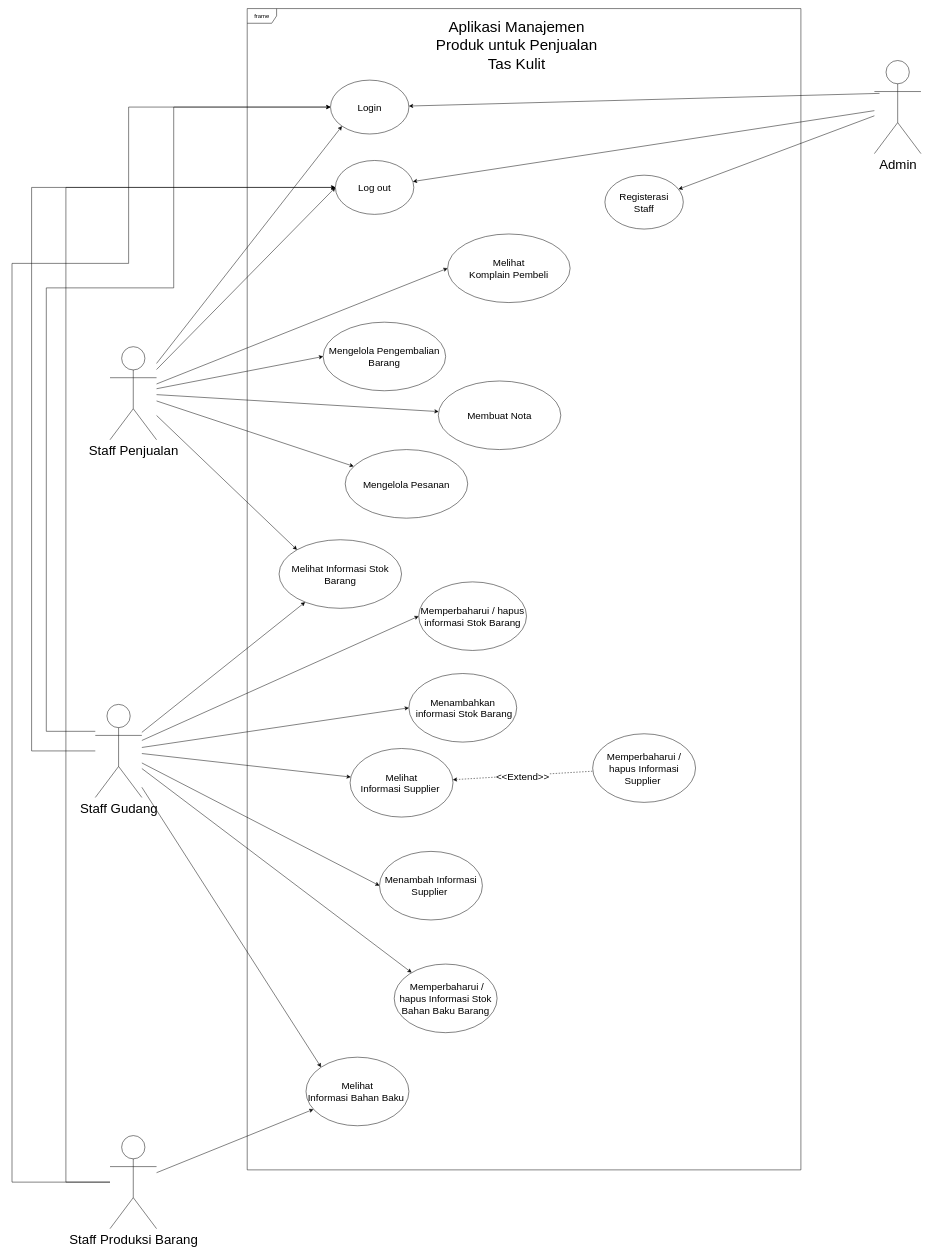
The draw.io diagram Untitled Diagram.drawio in AriqFaridzki/SE-UTS-2023, before the edit. Source tidied: cells renumbered, new cells numbered last; positions are measured from the earlier drawing's top-left corner, leaving out a move shared by most shapes. Both pictures are drawn from the tidied source at 49%, with x=0, y=0 at pixel (12, 8).
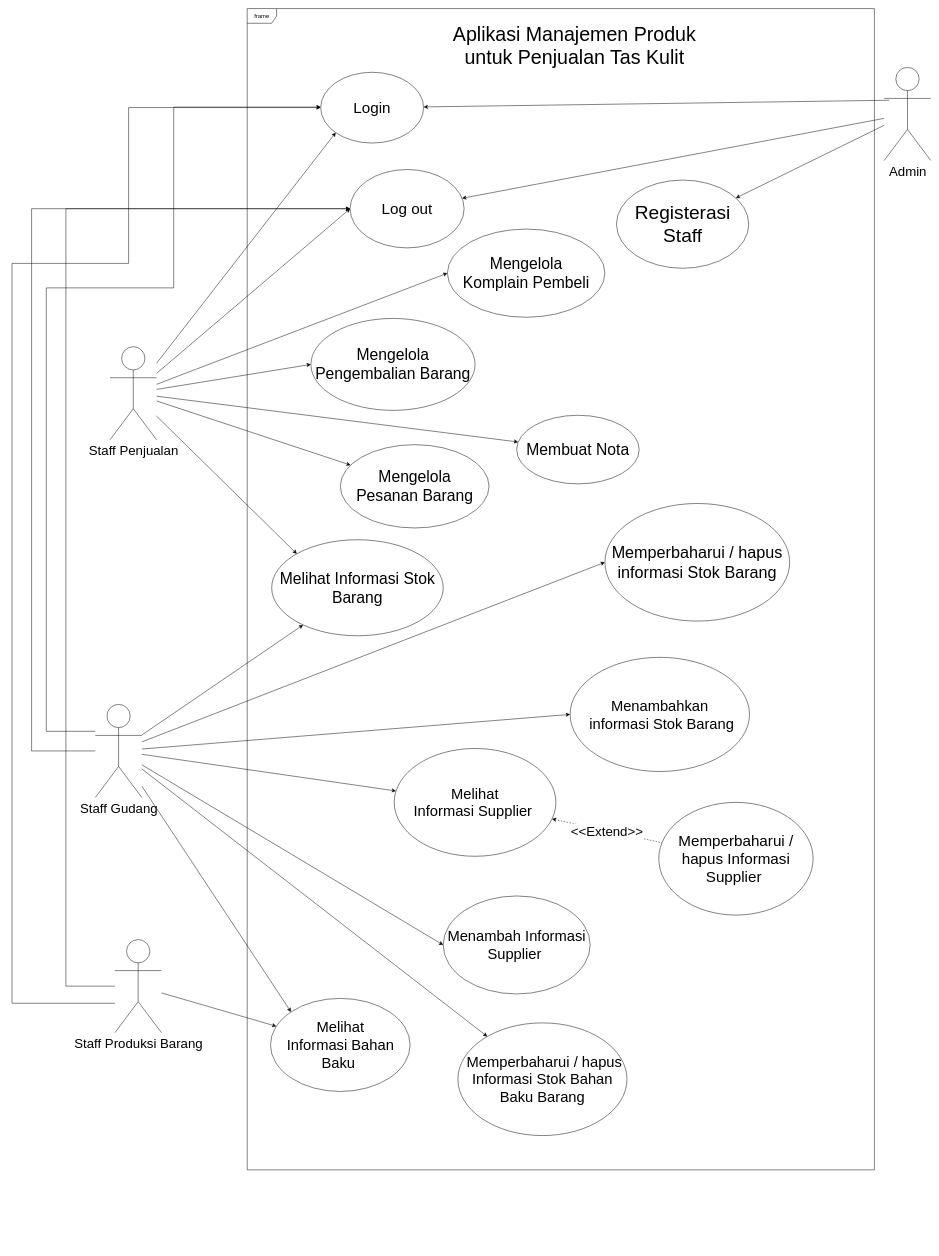
The same page after the edit.

The edit, as a diff of the source:
```diff
@@
     <mxCell id="12" value="frame" style="shape=umlFrame;whiteSpace=wrap;html=1;" parent="1" vertex="1">
-      <mxGeometry x="480" width="1130" height="2370" as="geometry" />
+      <mxGeometry x="480" width="1280" height="2370" as="geometry" />
     </mxCell>
-    <mxCell id="13" value="Login" style="ellipse;whiteSpace=wrap;html=1;fontSize=20;" parent="1" vertex="1">
-      <mxGeometry x="650" y="146" width="160" height="110" as="geometry" />
+    <mxCell id="13" value="&lt;font style=&quot;font-size: 31px;&quot;&gt;Login&lt;/font&gt;" style="ellipse;whiteSpace=wrap;html=1;fontSize=31;" parent="1" vertex="1">
+      <mxGeometry x="630" y="130" width="210" height="144.4" as="geometry" />
     </mxCell>
@@
     <mxCell id="23" style="edgeStyle=orthogonalEdgeStyle;rounded=0;jettySize=auto;html=1;" parent="1" edge="1" source="26" target="13">
       <mxGeometry relative="1" as="geometry">
         <Array as="points">
-          <mxPoint y="2395" />
+          <mxPoint y="2030" />
           <mxPoint y="520" />
           <mxPoint x="238" y="520" />
-          <mxPoint x="238" y="201" />
+          <mxPoint x="238" y="202" />
         </Array>
       </mxGeometry>
     </mxCell>
@@
     <mxCell id="26" value="Staff Produksi Barang" style="shape=umlActor;verticalLabelPosition=bottom;verticalAlign=top;html=1;fontSize=27;" parent="1" vertex="1">
-      <mxGeometry x="200" y="2300" width="95" height="190" as="geometry" />
+      <mxGeometry x="210" y="1900" width="95" height="190" as="geometry" />
     </mxCell>
-    <mxCell id="27" value="Memperbaharui&amp;nbsp;/ hapus informasi Stok Barang" style="ellipse;whiteSpace=wrap;html=1;fontSize=20;" parent="1" vertex="1">
-      <mxGeometry x="830" y="1170" width="220" height="140" as="geometry" />
+    <mxCell id="27" value="&lt;font style=&quot;font-size: 33px;&quot;&gt;Memperbaharui&amp;nbsp;/ hapus informasi Stok Barang&lt;/font&gt;" style="ellipse;whiteSpace=wrap;html=1;fontSize=33;" parent="1" vertex="1">
+      <mxGeometry x="1210" y="1010" width="377.1" height="240" as="geometry" />
     </mxCell>
-    <mxCell id="28" value="Aplikasi Manajemen Produk untuk Penjualan Tas Kulit" style="text;html=1;strokeColor=none;fillColor=none;align=center;verticalAlign=middle;whiteSpace=wrap;rounded=0;fontSize=31;" parent="1" vertex="1">
-      <mxGeometry x="850" y="60" width="360" height="30" as="geometry" />
+    <mxCell id="28" value="Aplikasi Manajemen Produk untuk Penjualan Tas Kulit" style="text;html=1;strokeColor=none;fillColor=none;align=center;verticalAlign=middle;whiteSpace=wrap;rounded=0;fontSize=40;" parent="1" vertex="1">
+      <mxGeometry x="888.6" y="60" width="517.5" height="30" as="geometry" />
     </mxCell>
-    <mxCell id="29" value="&amp;nbsp;Memperbaharui&amp;nbsp;/ hapus Informasi Stok Bahan Baku Barang" style="ellipse;whiteSpace=wrap;html=1;fontSize=20;" parent="1" vertex="1">
-      <mxGeometry x="780" y="1950" width="210" height="140" as="geometry" />
+    <mxCell id="29" value="&lt;font style=&quot;font-size: 30px;&quot;&gt;&amp;nbsp;Memperbaharui&amp;nbsp;/ hapus Informasi Stok Bahan Baku Barang&lt;/font&gt;" style="ellipse;whiteSpace=wrap;html=1;fontSize=30;" parent="1" vertex="1">
+      <mxGeometry x="910" y="2070" width="345" height="230" as="geometry" />
     </mxCell>
-    <mxCell id="30" value="Memperbaharui / hapus Informasi Supplier&amp;nbsp;" style="ellipse;whiteSpace=wrap;html=1;fontSize=20;" parent="1" vertex="1">
-      <mxGeometry x="1185" y="1480" width="210" height="140" as="geometry" />
+    <mxCell id="30" value="&lt;font style=&quot;font-size: 31px;&quot;&gt;Memperbaharui / hapus Informasi Supplier&amp;nbsp;&lt;/font&gt;" style="ellipse;whiteSpace=wrap;html=1;fontSize=31;" parent="1" vertex="1">
+      <mxGeometry x="1320" y="1620" width="314.9" height="230" as="geometry" />
     </mxCell>
-    <mxCell id="31" value="&lt;font style=&quot;font-size: 20px;&quot;&gt;&amp;lt;&amp;lt;Extend&amp;gt;&amp;gt;&lt;/font&gt;" style="edgeStyle=none;rounded=0;jettySize=auto;html=1;dashed=1;endArrow=none;endFill=0;startArrow=classic;startFill=1;" parent="1" edge="1" source="32" target="30">
+    <mxCell id="31" value="&lt;font style=&quot;font-size: 27px;&quot;&gt;&amp;lt;&amp;lt;Extend&amp;gt;&amp;gt;&lt;/font&gt;" style="edgeStyle=none;rounded=0;jettySize=auto;html=1;dashed=1;endArrow=none;endFill=0;startArrow=classic;startFill=1;fontSize=27;" parent="1" edge="1" source="32" target="30">
       <mxGeometry x="-0.01" y="-2" relative="1" as="geometry">
         <mxPoint x="1" as="offset" />
       </mxGeometry>
     </mxCell>
-    <mxCell id="32" value="Melihat&lt;br&gt;Informasi Supplier&amp;nbsp;" style="ellipse;whiteSpace=wrap;html=1;fontSize=20;" parent="1" vertex="1">
-      <mxGeometry x="690" y="1510" width="210" height="140" as="geometry" />
+    <mxCell id="32" value="&lt;font style=&quot;font-size: 30px;&quot;&gt;Melihat&lt;br style=&quot;font-size: 30px;&quot;&gt;Informasi Supplier&amp;nbsp;&lt;/font&gt;" style="ellipse;whiteSpace=wrap;html=1;fontSize=30;" parent="1" vertex="1">
+      <mxGeometry x="780" y="1510" width="330" height="220" as="geometry" />
     </mxCell>
-    <mxCell id="33" value="Menambah Informasi Supplier&amp;nbsp;" style="ellipse;whiteSpace=wrap;html=1;fontSize=20;" parent="1" vertex="1">
-      <mxGeometry x="750" y="1720" width="210" height="140" as="geometry" />
+    <mxCell id="33" value="&lt;font style=&quot;font-size: 30px;&quot;&gt;Menambah Informasi Supplier&amp;nbsp;&lt;/font&gt;" style="ellipse;whiteSpace=wrap;html=1;fontSize=30;" parent="1" vertex="1">
+      <mxGeometry x="880" y="1811" width="300" height="200" as="geometry" />
     </mxCell>
-    <mxCell id="34" value="Melihat Informasi Stok Barang" style="ellipse;whiteSpace=wrap;html=1;fontSize=20;" parent="1" vertex="1">
-      <mxGeometry x="545" y="1084" width="250" height="140" as="geometry" />
+    <mxCell id="34" value="&lt;font style=&quot;font-size: 32px;&quot;&gt;Melihat Informasi Stok Barang&lt;/font&gt;" style="ellipse;whiteSpace=wrap;html=1;fontSize=32;" parent="1" vertex="1">
+      <mxGeometry x="530" y="1084" width="350" height="196" as="geometry" />
     </mxCell>
-    <mxCell id="35" value="Melihat&lt;br&gt;Informasi Bahan Baku&amp;nbsp;" style="ellipse;whiteSpace=wrap;html=1;fontSize=20;" parent="1" vertex="1">
-      <mxGeometry x="600" y="2140" width="210" height="140" as="geometry" />
+    <mxCell id="35" value="Melihat&lt;br style=&quot;font-size: 30px;&quot;&gt;Informasi Bahan Baku&amp;nbsp;" style="ellipse;whiteSpace=wrap;html=1;fontSize=30;" parent="1" vertex="1">
+      <mxGeometry x="527.5" y="2020" width="285" height="190" as="geometry" />
     </mxCell>
@@
     <mxCell id="38" value="Admin" style="shape=umlActor;verticalLabelPosition=bottom;verticalAlign=top;html=1;fontSize=27;" parent="1" vertex="1">
-      <mxGeometry x="1760" y="106" width="95" height="190" as="geometry" />
+      <mxGeometry x="1780" y="120" width="95" height="190" as="geometry" />
     </mxCell>
-    <mxCell id="39" value="Menambahkan&lt;br&gt;&amp;nbsp;informasi Stok Barang" style="ellipse;whiteSpace=wrap;html=1;fontSize=20;" parent="1" vertex="1">
-      <mxGeometry x="810" y="1357" width="220" height="140" as="geometry" />
+    <mxCell id="39" value="&lt;font style=&quot;font-size: 30px;&quot;&gt;Menambahkan&lt;br style=&quot;font-size: 30px;&quot;&gt;&amp;nbsp;informasi Stok Barang&lt;/font&gt;" style="ellipse;whiteSpace=wrap;html=1;fontSize=30;" parent="1" vertex="1">
+      <mxGeometry x="1139" y="1324" width="366.1" height="233" as="geometry" />
     </mxCell>
-    <mxCell id="40" value="Mengelola Pesanan" style="ellipse;whiteSpace=wrap;html=1;fontSize=20;" parent="1" vertex="1">
-      <mxGeometry x="680" y="900" width="250" height="140" as="geometry" />
+    <mxCell id="40" value="&lt;font style=&quot;font-size: 32px;&quot;&gt;Mengelola &lt;br style=&quot;font-size: 32px;&quot;&gt;Pesanan Barang&lt;/font&gt;" style="ellipse;whiteSpace=wrap;html=1;fontSize=32;" parent="1" vertex="1">
+      <mxGeometry x="670" y="890" width="303.6" height="170" as="geometry" />
     </mxCell>
-    <mxCell id="41" value="Membuat Nota" style="ellipse;whiteSpace=wrap;html=1;fontSize=20;" parent="1" vertex="1">
-      <mxGeometry x="870" y="760" width="250" height="140" as="geometry" />
+    <mxCell id="41" value="&lt;font style=&quot;font-size: 32px;&quot;&gt;Membuat Nota&lt;/font&gt;" style="ellipse;whiteSpace=wrap;html=1;fontSize=32;" parent="1" vertex="1">
+      <mxGeometry x="1030" y="830" width="250" height="140" as="geometry" />
     </mxCell>
-    <mxCell id="42" value="Mengelola Pengembalian Barang" style="ellipse;whiteSpace=wrap;html=1;fontSize=20;" parent="1" vertex="1">
-      <mxGeometry x="635" y="640" width="250" height="140" as="geometry" />
+    <mxCell id="42" value="&lt;font style=&quot;font-size: 32px;&quot;&gt;Mengelola Pengembalian Barang&lt;/font&gt;" style="ellipse;whiteSpace=wrap;html=1;fontSize=32;" parent="1" vertex="1">
+      <mxGeometry x="610" y="632.4" width="335" height="187.6" as="geometry" />
     </mxCell>
-    <mxCell id="43" value="Melihat &lt;br&gt;Komplain Pembeli" style="ellipse;whiteSpace=wrap;html=1;fontSize=20;" parent="1" vertex="1">
-      <mxGeometry x="889" y="460" width="250" height="140" as="geometry" />
+    <mxCell id="43" value="&lt;font style=&quot;font-size: 32px;&quot;&gt;Mengelola&lt;br style=&quot;font-size: 32px;&quot;&gt;Komplain Pembeli&lt;/font&gt;" style="ellipse;whiteSpace=wrap;html=1;fontSize=32;" parent="1" vertex="1">
+      <mxGeometry x="888.6" y="450" width="321.4" height="180" as="geometry" />
     </mxCell>
-    <mxCell id="44" value="Registerasi &lt;br&gt;Staff" style="ellipse;whiteSpace=wrap;html=1;fontSize=20;" parent="1" vertex="1">
-      <mxGeometry x="1210" y="340" width="160" height="110" as="geometry" />
+    <mxCell id="44" value="&lt;font style=&quot;font-size: 39px;&quot;&gt;Registerasi &lt;br style=&quot;font-size: 39px;&quot;&gt;Staff&lt;/font&gt;" style="ellipse;whiteSpace=wrap;html=1;fontSize=39;" parent="1" vertex="1">
+      <mxGeometry x="1233.6" y="350" width="270" height="180" as="geometry" />
     </mxCell>
-    <mxCell id="45" value="Log out" style="ellipse;whiteSpace=wrap;html=1;fontSize=20;" parent="1" vertex="1">
-      <mxGeometry x="660" y="310" width="160" height="110" as="geometry" />
+    <mxCell id="45" value="&lt;font style=&quot;font-size: 31px;&quot;&gt;Log out&lt;/font&gt;" style="ellipse;whiteSpace=wrap;html=1;fontSize=31;" parent="1" vertex="1">
+      <mxGeometry x="690" y="328.4" width="232.7" height="160" as="geometry" />
     </mxCell>
```
